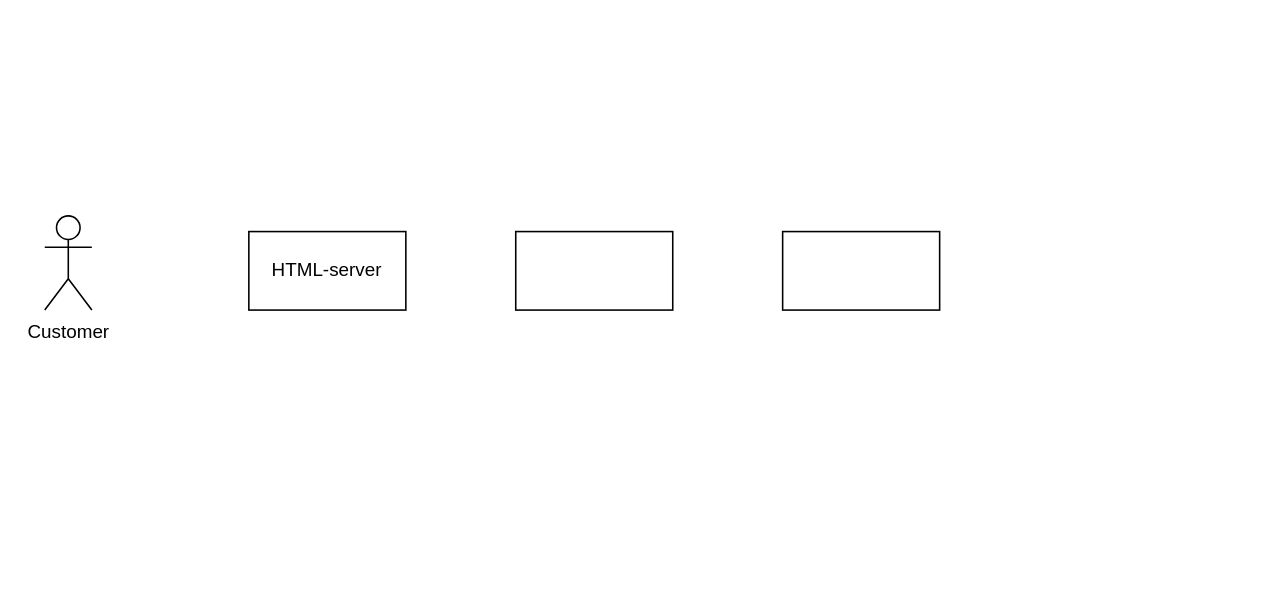
Earlier version of the draw.io diagram Project 2-potential_weld_lines/architecture.drawio (hansrohjell/tmm4275-KBEproject). Source tidied: cells renumbered, new cells numbered last; positions are measured from the earlier drawing's top-left corner, leaving out a move shared by most shapes. Both pictures are drawn from the tidied source at 157%, with x=0, y=0 at pixel (44, 215).
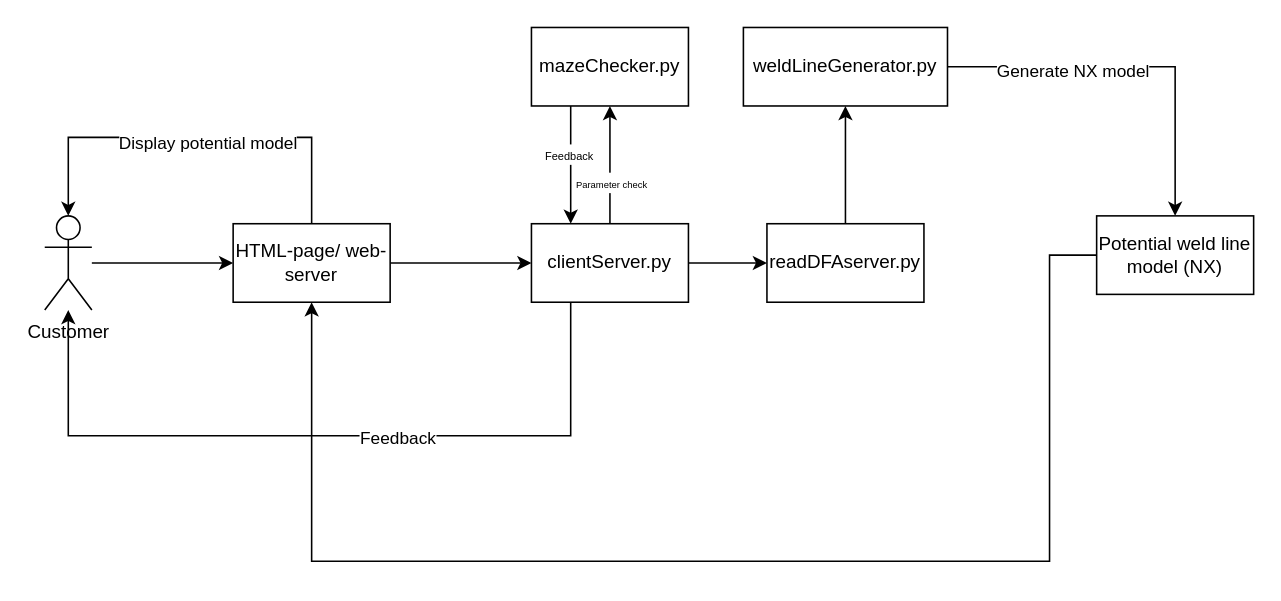
Above is the later version.

Unchanged cells that the change refers to:
```xml
<mxCell id="2" value="Customer" style="shape=umlActor;verticalLabelPosition=bottom;verticalAlign=top;html=1;outlineConnect=0;" parent="1" vertex="1">
  <mxGeometry width="30" height="60" as="geometry" />
</mxCell>
```

Change to the diagram source:
```diff
@@
+    <mxCell id="6" style="edgeStyle=orthogonalEdgeStyle;rounded=0;jettySize=auto;html=1;entryX=0;entryY=0.5;entryDx=0;entryDy=0;" parent="1" edge="1" source="2" target="3">
+      <mxGeometry relative="1" as="geometry" />
+    </mxCell>
@@
+    <mxCell id="7" style="edgeStyle=orthogonalEdgeStyle;rounded=0;jettySize=auto;html=1;entryX=0;entryY=0.5;entryDx=0;entryDy=0;" parent="1" edge="1" source="3" target="4">
+      <mxGeometry relative="1" as="geometry" />
+    </mxCell>
+    <mxCell id="8" style="edgeStyle=orthogonalEdgeStyle;rounded=0;jettySize=auto;html=1;" parent="1" edge="1" source="3">
+      <mxGeometry relative="1" as="geometry">
+        <mxPoint x="15" as="targetPoint" />
+        <Array as="points">
+          <mxPoint x="170" y="-50" />
+          <mxPoint x="15" y="-50" />
+        </Array>
+      </mxGeometry>
+    </mxCell>
+    <mxCell id="9" value="Display potential model" style="edgeLabel;html=1;align=center;verticalAlign=middle;" parent="8" vertex="1">
+      <mxGeometry x="-0.06" y="3" relative="1" as="geometry" />
+    </mxCell>
-    <mxCell id="3" value="HTML-server" style="rounded=0;whiteSpace=wrap;html=1;" parent="1" vertex="1">
-      <mxGeometry x="130" y="10" width="100" height="50" as="geometry" />
+    <mxCell id="3" value="HTML-page/ web- server" style="rounded=0;whiteSpace=wrap;html=1;" parent="1" vertex="1">
+      <mxGeometry x="120" y="5" width="100" height="50" as="geometry" />
     </mxCell>
+    <mxCell id="10" style="edgeStyle=orthogonalEdgeStyle;rounded=0;jettySize=auto;html=1;entryX=0.5;entryY=1;entryDx=0;entryDy=0;" parent="1" edge="1" source="4" target="5">
+      <mxGeometry relative="1" as="geometry" />
+    </mxCell>
+    <mxCell id="11" value="&lt;font style=&quot;font-size: 6px&quot;&gt;Parameter check&lt;/font&gt;" style="edgeLabel;html=1;align=center;verticalAlign=middle;" parent="10" vertex="1">
+      <mxGeometry x="-0.29" relative="1" as="geometry" />
+    </mxCell>
+    <mxCell id="12" style="edgeStyle=orthogonalEdgeStyle;rounded=0;jettySize=auto;html=1;exitX=0.25;exitY=1;exitDx=0;exitDy=0;" parent="1" edge="1" source="4" target="2">
+      <mxGeometry relative="1" as="geometry">
+        <Array as="points">
+          <mxPoint x="335" y="140" />
+          <mxPoint x="15" y="140" />
+        </Array>
+      </mxGeometry>
+    </mxCell>
+    <mxCell id="13" value="Feedback" style="edgeLabel;html=1;align=center;verticalAlign=middle;" parent="12" vertex="1">
+      <mxGeometry x="-0.19" y="1" relative="1" as="geometry" />
+    </mxCell>
+    <mxCell id="14" style="edgeStyle=orthogonalEdgeStyle;rounded=0;jettySize=auto;html=1;entryX=0;entryY=0.5;entryDx=0;entryDy=0;" parent="1" edge="1" source="4" target="20">
+      <mxGeometry relative="1" as="geometry" />
+    </mxCell>
-    <mxCell id="4" style="rounded=0;whiteSpace=wrap;html=1;" parent="1" vertex="1">
-      <mxGeometry x="300" y="10" width="100" height="50" as="geometry" />
+    <mxCell id="4" value="clientServer.py" style="rounded=0;whiteSpace=wrap;html=1;" parent="1" vertex="1">
+      <mxGeometry x="310" y="5" width="100" height="50" as="geometry" />
     </mxCell>
+    <mxCell id="15" style="edgeStyle=orthogonalEdgeStyle;rounded=0;jettySize=auto;html=1;exitX=0.25;exitY=1;exitDx=0;exitDy=0;entryX=0.25;entryY=0;entryDx=0;entryDy=0;" parent="1" edge="1" source="5" target="4">
+      <mxGeometry relative="1" as="geometry" />
+    </mxCell>
+    <mxCell id="16" value="&lt;font style=&quot;font-size: 7px&quot;&gt;Feedback&lt;/font&gt;" style="edgeLabel;html=1;align=center;verticalAlign=middle;" parent="15" vertex="1">
+      <mxGeometry x="-0.2" y="-2" relative="1" as="geometry" />
+    </mxCell>
-    <mxCell id="5" style="rounded=0;whiteSpace=wrap;html=1;" parent="1" vertex="1">
-      <mxGeometry x="470" y="10" width="100" height="50" as="geometry" />
+    <mxCell id="5" value="mazeChecker.py" style="rounded=0;whiteSpace=wrap;html=1;" parent="1" vertex="1">
+      <mxGeometry x="310" y="-120" width="100" height="50" as="geometry" />
     </mxCell>
+    <mxCell id="17" style="edgeStyle=orthogonalEdgeStyle;rounded=0;jettySize=auto;html=1;entryX=0.5;entryY=1;entryDx=0;entryDy=0;" parent="1" edge="1" source="18" target="3">
+      <mxGeometry relative="1" as="geometry">
+        <Array as="points">
+          <mxPoint x="640" y="25" />
+          <mxPoint x="640" y="220" />
+          <mxPoint x="170" y="220" />
+        </Array>
+      </mxGeometry>
+    </mxCell>
+    <mxCell id="18" value="Potential weld line model (NX)" style="rounded=0;whiteSpace=wrap;html=1;" parent="1" vertex="1">
+      <mxGeometry x="670" width="100" height="50" as="geometry" />
+    </mxCell>
+    <mxCell id="19" style="edgeStyle=orthogonalEdgeStyle;rounded=0;jettySize=auto;html=1;" parent="1" edge="1" source="20" target="23">
+      <mxGeometry relative="1" as="geometry" />
+    </mxCell>
+    <mxCell id="20" value="readDFAserver.py" style="rounded=0;whiteSpace=wrap;html=1;" parent="1" vertex="1">
+      <mxGeometry x="460" y="5" width="100" height="50" as="geometry" />
+    </mxCell>
+    <mxCell id="21" style="edgeStyle=orthogonalEdgeStyle;rounded=0;jettySize=auto;html=1;" parent="1" edge="1" source="23" target="18">
+      <mxGeometry relative="1" as="geometry" />
+    </mxCell>
+    <mxCell id="22" value="Generate NX model" style="edgeLabel;html=1;align=center;verticalAlign=middle;" parent="21" vertex="1">
+      <mxGeometry x="-0.34" y="-2" relative="1" as="geometry" />
+    </mxCell>
+    <mxCell id="23" value="weldLineGenerator.py" style="rounded=0;whiteSpace=wrap;html=1;" parent="1" vertex="1">
+      <mxGeometry x="445" y="-120" width="130" height="50" as="geometry" />
+    </mxCell>
```
